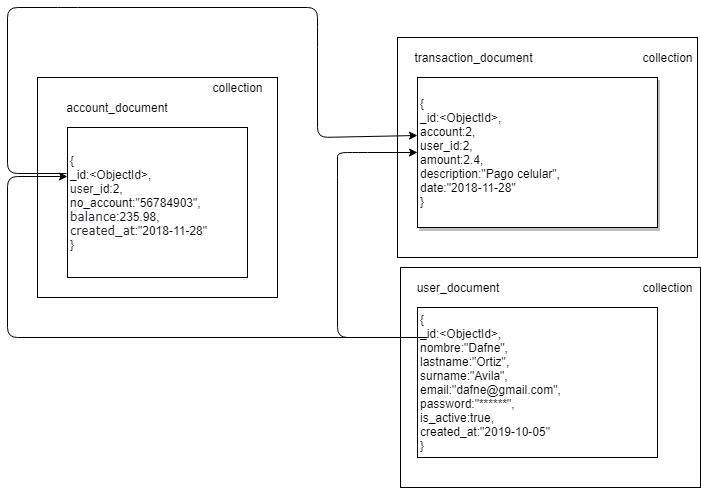
Before: ModelDBNOSQL.png, a diagram exported from draw.io (DafneOrtiz/transaction-java-springboot). Source tidied: cells renumbered, new cells last; positions are measured from the earlier drawing's top-left corner, leaving out a move shared by most shapes. Source of this version:
```xml
<mxGraphModel>
  <root>
    <mxCell id="0" />
    <mxCell id="1" parent="0" />
    <mxCell id="2" style="rounded=0;whiteSpace=wrap;html=1;" parent="1" vertex="1">
      <mxGeometry x="390" y="30" width="300" height="220" as="geometry" />
    </mxCell>
    <mxCell id="3" value="transaction_document" style="text;html=1;strokeColor=none;fillColor=none;align=center;verticalAlign=middle;whiteSpace=wrap;rounded=0;" parent="1" vertex="1">
      <mxGeometry x="446" y="40" width="40" height="20" as="geometry" />
    </mxCell>
    <mxCell id="4" value="&lt;span style=&quot;white-space: normal&quot;&gt;{&lt;/span&gt;&lt;br style=&quot;white-space: normal&quot;&gt;&lt;span style=&quot;white-space: normal&quot;&gt;_id:&amp;lt;ObjectId&amp;gt;,&lt;br&gt;&lt;/span&gt;account:2,&lt;br&gt;user_id:2,&lt;br style=&quot;white-space: normal&quot;&gt;&lt;span style=&quot;white-space: normal&quot;&gt;amount:2.4,&lt;/span&gt;&lt;br style=&quot;white-space: normal&quot;&gt;&lt;span style=&quot;white-space: normal&quot;&gt;description:&quot;Pago celular&quot;,&lt;/span&gt;&lt;br style=&quot;white-space: normal&quot;&gt;&lt;span style=&quot;white-space: normal&quot;&gt;date:&quot;2018-11-28&quot;&lt;/span&gt;&lt;br style=&quot;white-space: normal&quot;&gt;&lt;span style=&quot;white-space: normal&quot;&gt;}&lt;/span&gt;" style="rounded=0;whiteSpace=wrap;html=1;shadow=1;align=left;" parent="1" vertex="1">
      <mxGeometry x="410" y="70" width="240" height="150" as="geometry" />
    </mxCell>
    <mxCell id="5" style="rounded=0;whiteSpace=wrap;html=1;" parent="1" vertex="1">
      <mxGeometry x="393" y="260" width="300" height="220" as="geometry" />
    </mxCell>
    <mxCell id="6" value="&lt;span style=&quot;white-space: normal&quot;&gt;{&lt;/span&gt;&lt;br style=&quot;white-space: normal&quot;&gt;&lt;span style=&quot;white-space: normal&quot;&gt;_id:&amp;lt;ObjectId&amp;gt;,&lt;/span&gt;&lt;br style=&quot;white-space: normal&quot;&gt;&lt;span style=&quot;white-space: normal&quot;&gt;nombre:&quot;Dafne&quot;,&lt;/span&gt;&lt;br style=&quot;white-space: normal&quot;&gt;&lt;span style=&quot;white-space: normal&quot;&gt;lastname:&quot;Ortiz&quot;,&lt;br&gt;&lt;/span&gt;surname:&quot;Avila&quot;,&lt;br style=&quot;white-space: normal&quot;&gt;&lt;span style=&quot;white-space: normal&quot;&gt;email:&quot;dafne@gmail.com&quot;,&lt;/span&gt;&lt;br style=&quot;white-space: normal&quot;&gt;&lt;span style=&quot;white-space: normal&quot;&gt;password:&quot;******&quot;,&lt;br&gt;&lt;/span&gt;is_active:true,&lt;br&gt;created_at:&quot;2019-10-05&quot;&lt;br&gt;&lt;span style=&quot;white-space: normal&quot;&gt;}&lt;/span&gt;" style="rounded=0;whiteSpace=wrap;html=1;align=left;" parent="1" vertex="1">
      <mxGeometry x="410" y="300" width="240" height="150" as="geometry" />
    </mxCell>
    <mxCell id="7" value="user_document" style="text;html=1;strokeColor=none;fillColor=none;align=center;verticalAlign=middle;whiteSpace=wrap;rounded=0;" parent="1" vertex="1">
      <mxGeometry x="430" y="270" width="40" height="20" as="geometry" />
    </mxCell>
    <mxCell id="8" style="rounded=0;whiteSpace=wrap;html=1;" parent="1" vertex="1">
      <mxGeometry x="30" y="70" width="240" height="220" as="geometry" />
    </mxCell>
    <mxCell id="9" value="{&lt;br&gt;_id:&amp;lt;ObjectId&amp;gt;,&lt;br&gt;&lt;font color=&quot;#222222&quot;&gt;&lt;span style=&quot;white-space: pre-wrap&quot;&gt;user&lt;/span&gt;&lt;/font&gt;&lt;span&gt;_id&lt;/span&gt;:2,&lt;br&gt;&lt;span style=&quot;font-family: &amp;#34;arial&amp;#34; ; white-space: pre-wrap&quot;&gt;no_account&lt;/span&gt;:&quot;56784903&quot;,&lt;br&gt;&lt;span style=&quot;color: rgb(36 , 41 , 46) ; font-family: &amp;#34;verdana&amp;#34; ; white-space: pre ; background-color: rgb(255 , 255 , 255)&quot;&gt;balance&lt;/span&gt;:235.98,&lt;br&gt;&lt;span style=&quot;color: rgb(36 , 41 , 46) ; font-family: &amp;#34;verdana&amp;#34; ; white-space: pre ; background-color: rgb(255 , 255 , 255)&quot;&gt;created_at&lt;/span&gt;:&quot;2018-11-28&quot;&lt;br&gt;}" style="rounded=0;whiteSpace=wrap;html=1;align=left;" parent="1" vertex="1">
      <mxGeometry x="60" y="120" width="180" height="150" as="geometry" />
    </mxCell>
    <mxCell id="10" value="account_document" style="text;html=1;strokeColor=none;fillColor=none;align=center;verticalAlign=middle;whiteSpace=wrap;rounded=0;" parent="1" vertex="1">
      <mxGeometry x="90" y="90" width="40" height="20" as="geometry" />
    </mxCell>
    <mxCell id="11" value="collection" style="text;html=1;strokeColor=none;fillColor=none;align=center;verticalAlign=middle;whiteSpace=wrap;rounded=0;" parent="1" vertex="1">
      <mxGeometry x="210" y="70" width="40" height="20" as="geometry" />
    </mxCell>
    <mxCell id="12" value="collection" style="text;html=1;strokeColor=none;fillColor=none;align=center;verticalAlign=middle;whiteSpace=wrap;rounded=0;" parent="1" vertex="1">
      <mxGeometry x="640" y="40" width="40" height="20" as="geometry" />
    </mxCell>
    <mxCell id="13" value="collection" style="text;html=1;strokeColor=none;fillColor=none;align=center;verticalAlign=middle;whiteSpace=wrap;rounded=0;" parent="1" vertex="1">
      <mxGeometry x="640" y="270" width="40" height="20" as="geometry" />
    </mxCell>
    <mxCell id="14" style="endArrow=classic;html=1;exitX=0.042;exitY=0.2;exitDx=0;exitDy=0;exitPerimeter=0;entryX=0;entryY=0.327;entryDx=0;entryDy=0;entryPerimeter=0;" parent="1" edge="1" source="6" target="9">
      <mxGeometry relative="1" as="geometry">
        <Array as="points">
          <mxPoint y="330" />
          <mxPoint y="169" />
        </Array>
      </mxGeometry>
    </mxCell>
    <mxCell id="15" style="endArrow=classic;html=1;entryX=0;entryY=0.387;entryDx=0;entryDy=0;entryPerimeter=0;exitX=-0.006;exitY=0.307;exitDx=0;exitDy=0;exitPerimeter=0;" parent="1" edge="1" source="9" target="4">
      <mxGeometry relative="1" as="geometry">
        <Array as="points">
          <mxPoint y="166" />
          <mxPoint />
          <mxPoint x="60" />
          <mxPoint x="310" />
          <mxPoint x="310" y="30" />
          <mxPoint x="310" y="130" />
        </Array>
      </mxGeometry>
    </mxCell>
    <mxCell id="16" style="endArrow=classic;html=1;entryX=0;entryY=0.5;entryDx=0;entryDy=0;" parent="1" edge="1" target="4">
      <mxGeometry relative="1" as="geometry">
        <mxPoint x="380" y="330" as="sourcePoint" />
        <Array as="points">
          <mxPoint x="330" y="330" />
          <mxPoint x="330" y="160" />
          <mxPoint x="330" y="145" />
          <mxPoint x="350" y="145" />
        </Array>
      </mxGeometry>
    </mxCell>
  </root>
</mxGraphModel>
```
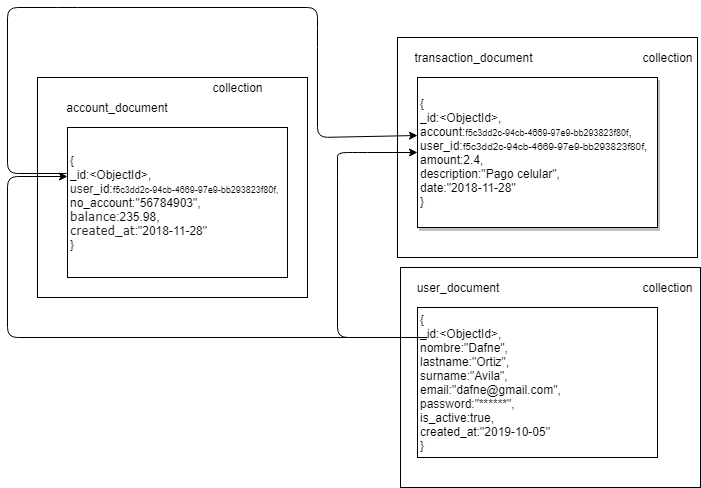
After the change.

What changed in the source:
```diff
@@ -8,7 +8,7 @@
     <mxCell id="3" value="transaction_document" style="text;html=1;strokeColor=none;fillColor=none;align=center;verticalAlign=middle;whiteSpace=wrap;rounded=0;" parent="1" vertex="1">
       <mxGeometry x="446" y="40" width="40" height="20" as="geometry" />
     </mxCell>
-    <mxCell id="4" value="&lt;span style=&quot;white-space: normal&quot;&gt;{&lt;/span&gt;&lt;br style=&quot;white-space: normal&quot;&gt;&lt;span style=&quot;white-space: normal&quot;&gt;_id:&amp;lt;ObjectId&amp;gt;,&lt;br&gt;&lt;/span&gt;account:2,&lt;br&gt;user_id:2,&lt;br style=&quot;white-space: normal&quot;&gt;&lt;span style=&quot;white-space: normal&quot;&gt;amount:2.4,&lt;/span&gt;&lt;br style=&quot;white-space: normal&quot;&gt;&lt;span style=&quot;white-space: normal&quot;&gt;description:&quot;Pago celular&quot;,&lt;/span&gt;&lt;br style=&quot;white-space: normal&quot;&gt;&lt;span style=&quot;white-space: normal&quot;&gt;date:&quot;2018-11-28&quot;&lt;/span&gt;&lt;br style=&quot;white-space: normal&quot;&gt;&lt;span style=&quot;white-space: normal&quot;&gt;}&lt;/span&gt;" style="rounded=0;whiteSpace=wrap;html=1;shadow=1;align=left;" parent="1" vertex="1">
+    <mxCell id="4" value="&lt;span style=&quot;white-space: normal&quot;&gt;{&lt;/span&gt;&lt;br style=&quot;white-space: normal&quot;&gt;&lt;span style=&quot;white-space: normal&quot;&gt;_id:&amp;lt;ObjectId&amp;gt;,&lt;br&gt;&lt;/span&gt;account:&lt;font style=&quot;font-size: 9px&quot;&gt;f5c3dd2c-94cb-4669-97e9-bb293823f80f&lt;/font&gt;,&lt;br&gt;user_id:&lt;font style=&quot;font-size: 10px&quot;&gt;f5c3dd2c-94cb-4669-97e9-bb293823f80f&lt;/font&gt;,&lt;br style=&quot;white-space: normal&quot;&gt;&lt;span style=&quot;white-space: normal&quot;&gt;amount:2.4,&lt;/span&gt;&lt;br style=&quot;white-space: normal&quot;&gt;&lt;span style=&quot;white-space: normal&quot;&gt;description:&quot;Pago celular&quot;,&lt;/span&gt;&lt;br style=&quot;white-space: normal&quot;&gt;&lt;span style=&quot;white-space: normal&quot;&gt;date:&quot;2018-11-28&quot;&lt;/span&gt;&lt;br style=&quot;white-space: normal&quot;&gt;&lt;span style=&quot;white-space: normal&quot;&gt;}&lt;/span&gt;" style="rounded=0;whiteSpace=wrap;html=1;shadow=1;align=left;" parent="1" vertex="1">
       <mxGeometry x="410" y="70" width="240" height="150" as="geometry" />
     </mxCell>
     <mxCell id="5" style="rounded=0;whiteSpace=wrap;html=1;" parent="1" vertex="1">
@@ -21,10 +21,10 @@
       <mxGeometry x="430" y="270" width="40" height="20" as="geometry" />
     </mxCell>
     <mxCell id="8" style="rounded=0;whiteSpace=wrap;html=1;" parent="1" vertex="1">
-      <mxGeometry x="30" y="70" width="240" height="220" as="geometry" />
+      <mxGeometry x="30" y="70" width="270" height="220" as="geometry" />
     </mxCell>
-    <mxCell id="9" value="{&lt;br&gt;_id:&amp;lt;ObjectId&amp;gt;,&lt;br&gt;&lt;font color=&quot;#222222&quot;&gt;&lt;span style=&quot;white-space: pre-wrap&quot;&gt;user&lt;/span&gt;&lt;/font&gt;&lt;span&gt;_id&lt;/span&gt;:2,&lt;br&gt;&lt;span style=&quot;font-family: &amp;#34;arial&amp;#34; ; white-space: pre-wrap&quot;&gt;no_account&lt;/span&gt;:&quot;56784903&quot;,&lt;br&gt;&lt;span style=&quot;color: rgb(36 , 41 , 46) ; font-family: &amp;#34;verdana&amp;#34; ; white-space: pre ; background-color: rgb(255 , 255 , 255)&quot;&gt;balance&lt;/span&gt;:235.98,&lt;br&gt;&lt;span style=&quot;color: rgb(36 , 41 , 46) ; font-family: &amp;#34;verdana&amp;#34; ; white-space: pre ; background-color: rgb(255 , 255 , 255)&quot;&gt;created_at&lt;/span&gt;:&quot;2018-11-28&quot;&lt;br&gt;}" style="rounded=0;whiteSpace=wrap;html=1;align=left;" parent="1" vertex="1">
-      <mxGeometry x="60" y="120" width="180" height="150" as="geometry" />
+    <mxCell id="9" value="{&lt;br&gt;_id:&amp;lt;ObjectId&amp;gt;,&lt;br&gt;&lt;font color=&quot;#222222&quot;&gt;&lt;span style=&quot;white-space: pre-wrap&quot;&gt;user&lt;/span&gt;&lt;/font&gt;&lt;span&gt;_id&lt;/span&gt;:&lt;span style=&quot;font-size: 9px&quot;&gt;f5c3dd2c-94cb-4669-97e9-bb293823f80f,&lt;/span&gt;&lt;br&gt;&lt;span style=&quot;font-family: &amp;#34;arial&amp;#34; ; white-space: pre-wrap&quot;&gt;no_account&lt;/span&gt;:&quot;56784903&quot;,&lt;br&gt;&lt;span style=&quot;color: rgb(36 , 41 , 46) ; font-family: &amp;#34;verdana&amp;#34; ; white-space: pre ; background-color: rgb(255 , 255 , 255)&quot;&gt;balance&lt;/span&gt;:235.98,&lt;br&gt;&lt;span style=&quot;color: rgb(36 , 41 , 46) ; font-family: &amp;#34;verdana&amp;#34; ; white-space: pre ; background-color: rgb(255 , 255 , 255)&quot;&gt;created_at&lt;/span&gt;:&quot;2018-11-28&quot;&lt;br&gt;}" style="rounded=0;whiteSpace=wrap;html=1;align=left;" parent="1" vertex="1">
+      <mxGeometry x="60" y="120" width="220" height="150" as="geometry" />
     </mxCell>
     <mxCell id="10" value="account_document" style="text;html=1;strokeColor=none;fillColor=none;align=center;verticalAlign=middle;whiteSpace=wrap;rounded=0;" parent="1" vertex="1">
       <mxGeometry x="90" y="90" width="40" height="20" as="geometry" />
```
